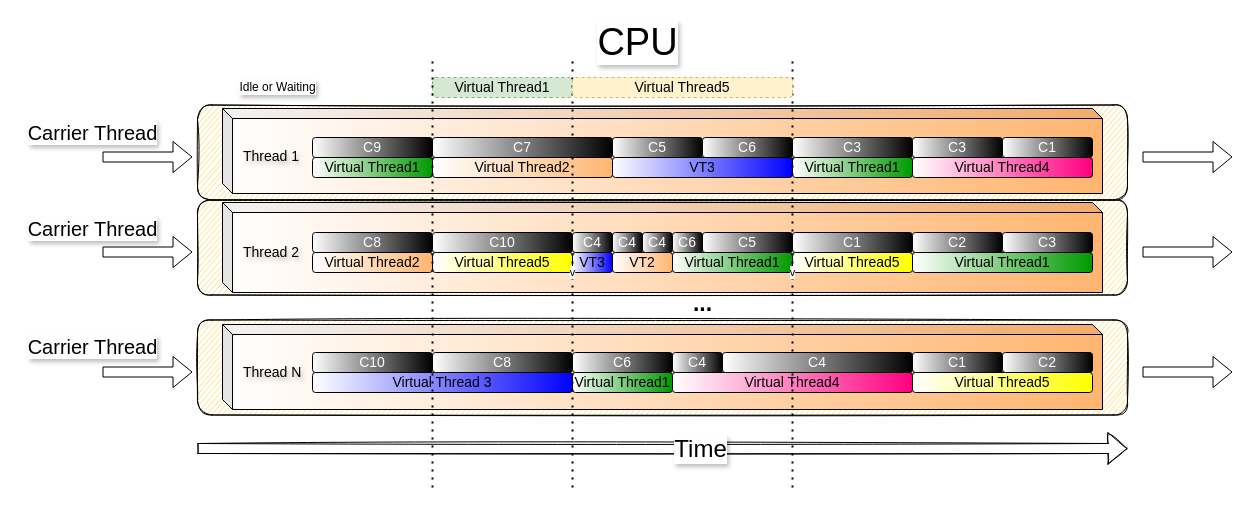
Earlier version of the draw.io diagram docs/vtandcoroutines3.drawio (jesperancinha/good-story). Source tidied: cells renumbered, new cells numbered last; positions are measured from the earlier drawing's top-left corner, leaving out a move shared by most shapes. Both pictures are drawn from the tidied source at 100%, with x=0, y=0 at pixel (17, 17).
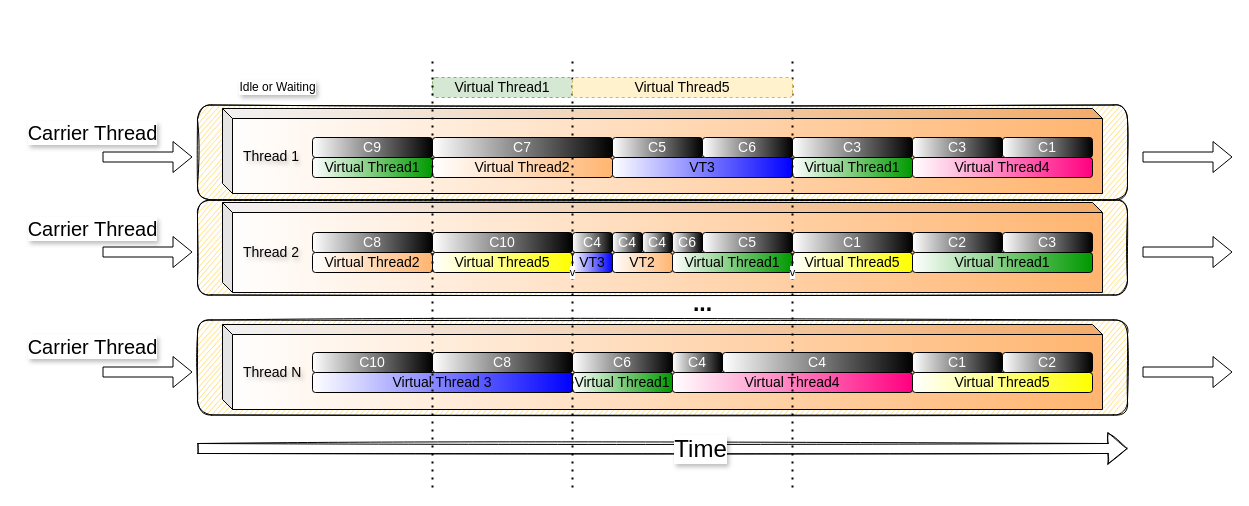
The same page after the edit.

What changed in the source:
```diff
@@
-    <mxCell id="26" value="CPU" style="text;html=1;align=center;verticalAlign=middle;strokeColor=none;fillColor=none;fontSize=38;textShadow=1;labelBackgroundColor=default;" parent="1" vertex="1">
-      <mxGeometry x="570" width="100" height="50" as="geometry" />
-    </mxCell>
```
